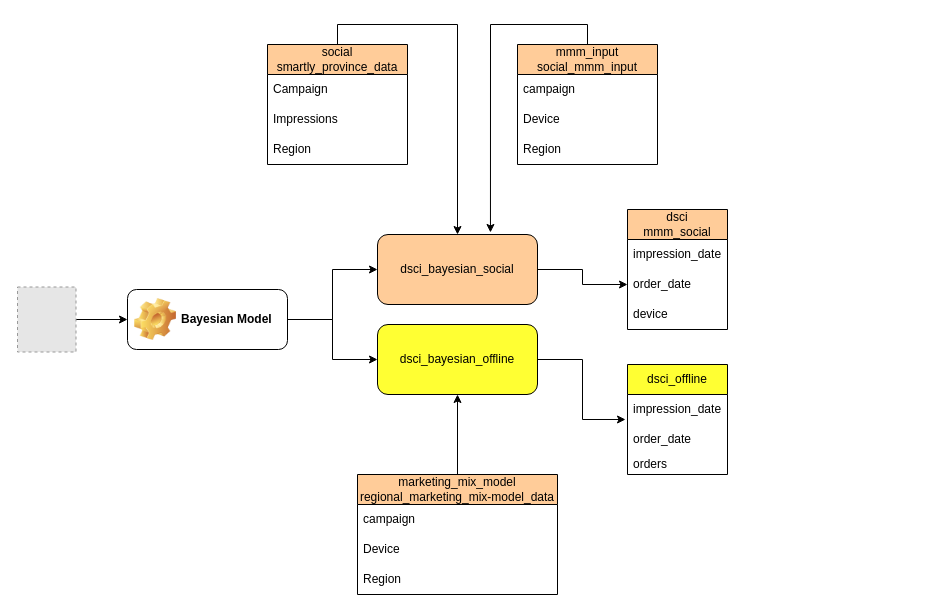
The draw.io diagram page "dsci_attribution_dag (current)" (3 of 8) of mmm/mmm_dag.drawio in aram-koorn/coolblue-diagrams, before the edit. Source tidied: cells renumbered, new cells numbered last; positions are measured from the earlier drawing's top-left corner, leaving out a move shared by most shapes. Both pictures are drawn from the tidied source at 100%, with x=0, y=0 at pixel (17, 44). Pictures stored in the file or linked from it are replaced by grey dashed boxes.
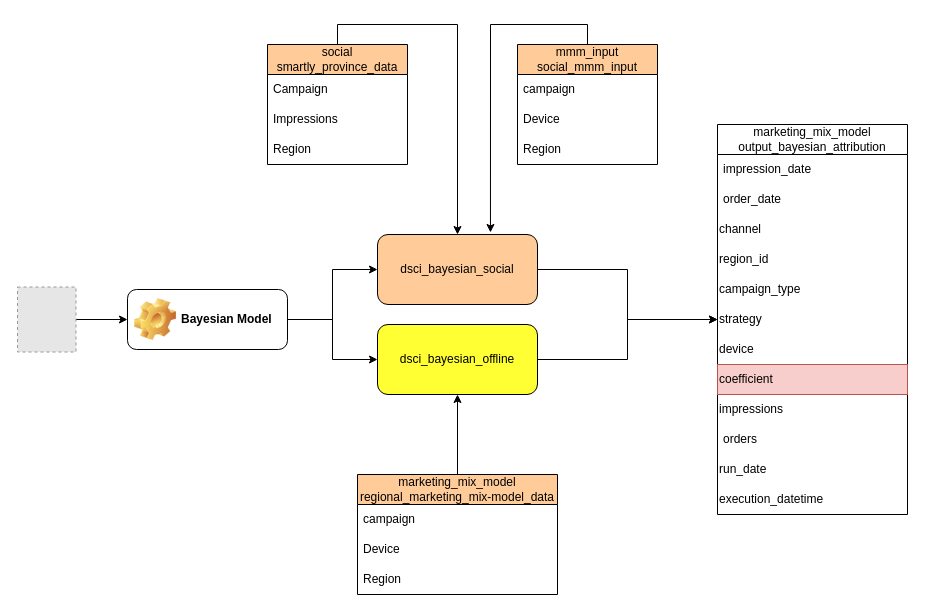
The same page after the edit.

The change refers to these unchanged cells:
```xml
<mxCell id="3" value="dsci_bayesian_social" style="rounded=1;whiteSpace=wrap;html=1;fillColor=#FFCC99;" parent="1" vertex="1">
  <mxGeometry x="360" y="190" width="160" height="70" as="geometry" />
</mxCell>
<mxCell id="12" value="dsci_bayesian_offline" style="rounded=1;whiteSpace=wrap;html=1;fillColor=#FFFF33;" parent="1" vertex="1">
  <mxGeometry x="360" y="280" width="160" height="70" as="geometry" />
</mxCell>
```

Change to the diagram source:
```diff
@@
-    <mxCell id="2" style="edgeStyle=orthogonalEdgeStyle;rounded=0;jettySize=auto;html=1;entryX=0;entryY=0.5;entryDx=0;entryDy=0;" parent="1" edge="1" source="3" target="6">
-      <mxGeometry relative="1" as="geometry" />
-    </mxCell>
+    <mxCell id="34" style="edgeStyle=orthogonalEdgeStyle;rounded=0;jettySize=auto;html=1;exitX=1;exitY=0.5;exitDx=0;exitDy=0;entryX=0;entryY=0.5;entryDx=0;entryDy=0;" parent="1" edge="1" source="3" target="40">
+      <mxGeometry relative="1" as="geometry" />
+    </mxCell>
@@
-    <mxCell id="4" value="dsci&lt;div&gt;mmm_social&lt;/div&gt;" style="swimlane;fontStyle=0;horizontal=1;startSize=30;whiteSpace=wrap;html=1;fillColor=#FFCC99;strokeColor=default;align=center;verticalAlign=middle;fontFamily=Helvetica;fontSize=12;fontColor=default;" parent="1" vertex="1">
-      <mxGeometry x="610" y="165" width="100" height="120" as="geometry" />
-    </mxCell>
-    <mxCell id="5" value="impression_date" style="text;strokeColor=none;fillColor=none;align=left;verticalAlign=middle;spacingLeft=4;spacingRight=4;overflow=hidden;whiteSpace=wrap;html=1;fontFamily=Helvetica;fontSize=12;fontColor=default;fontStyle=0;" parent="4" vertex="1">
-      <mxGeometry y="30" width="100" height="30" as="geometry" />
-    </mxCell>
-    <mxCell id="6" value="order_date" style="text;strokeColor=none;fillColor=none;align=left;verticalAlign=middle;spacingLeft=4;spacingRight=4;overflow=hidden;points=[[0,0.5],[1,0.5]];portConstraint=eastwest;whiteSpace=wrap;html=1;fontFamily=Helvetica;fontSize=12;fontColor=default;fontStyle=0;" parent="4" vertex="1">
-      <mxGeometry y="60" width="100" height="30" as="geometry" />
-    </mxCell>
-    <mxCell id="7" value="device" style="text;strokeColor=none;fillColor=none;align=left;verticalAlign=middle;spacingLeft=4;spacingRight=4;overflow=hidden;whiteSpace=wrap;html=1;fontFamily=Helvetica;fontSize=12;fontColor=default;fontStyle=0;" parent="4" vertex="1">
-      <mxGeometry y="90" width="100" height="30" as="geometry" />
-    </mxCell>
-    <mxCell id="8" value="dsci_offline" style="swimlane;fontStyle=0;horizontal=1;startSize=30;whiteSpace=wrap;html=1;fillColor=#FFFF33;" parent="1" vertex="1">
-      <mxGeometry x="610" y="320" width="100" height="110" as="geometry" />
-    </mxCell>
-    <mxCell id="9" value="impression_date" style="text;strokeColor=none;fillColor=none;align=left;verticalAlign=middle;spacingLeft=4;spacingRight=4;overflow=hidden;points=[[0,0.5],[1,0.5]];portConstraint=eastwest;whiteSpace=wrap;html=1;" parent="8" vertex="1">
-      <mxGeometry y="30" width="100" height="30" as="geometry" />
-    </mxCell>
-    <mxCell id="10" value="order_date" style="text;strokeColor=none;fillColor=none;align=left;verticalAlign=middle;spacingLeft=4;spacingRight=4;overflow=hidden;whiteSpace=wrap;html=1;" parent="8" vertex="1">
-      <mxGeometry y="60" width="100" height="30" as="geometry" />
-    </mxCell>
-    <mxCell id="11" value="orders" style="text;strokeColor=none;fillColor=none;align=left;verticalAlign=middle;spacingLeft=4;spacingRight=4;overflow=hidden;whiteSpace=wrap;html=1;" parent="8" vertex="1">
-      <mxGeometry y="90" width="100" height="20" as="geometry" />
-    </mxCell>
+    <mxCell id="35" style="edgeStyle=orthogonalEdgeStyle;rounded=0;jettySize=auto;html=1;exitX=1;exitY=0.5;exitDx=0;exitDy=0;entryX=0;entryY=0.5;entryDx=0;entryDy=0;" parent="1" edge="1" source="12" target="40">
+      <mxGeometry relative="1" as="geometry" />
+    </mxCell>
@@
-    <mxCell id="13" style="edgeStyle=orthogonalEdgeStyle;rounded=0;jettySize=auto;html=1;exitX=1;exitY=0.5;exitDx=0;exitDy=0;entryX=-0.02;entryY=0.833;entryDx=0;entryDy=0;entryPerimeter=0;" parent="1" edge="1" source="12" target="9">
-      <mxGeometry relative="1" as="geometry" />
-    </mxCell>
@@
+    <mxCell id="36" value="marketing_mix_model&lt;div&gt;output_bayesian_attribution&lt;/div&gt;" style="swimlane;fontStyle=0;horizontal=1;startSize=30;whiteSpace=wrap;html=1;" parent="1" vertex="1">
+      <mxGeometry x="700" y="80" width="190" height="390" as="geometry" />
+    </mxCell>
+    <mxCell id="9" value="impression_date" style="text;strokeColor=none;fillColor=none;align=left;verticalAlign=middle;spacingLeft=4;spacingRight=4;overflow=hidden;points=[[0,0.5],[1,0.5]];portConstraint=eastwest;whiteSpace=wrap;html=1;" parent="36" vertex="1">
+      <mxGeometry y="30" width="190" height="30" as="geometry" />
+    </mxCell>
+    <mxCell id="10" value="order_date" style="text;strokeColor=none;fillColor=none;align=left;verticalAlign=middle;spacingLeft=4;spacingRight=4;overflow=hidden;whiteSpace=wrap;html=1;" parent="36" vertex="1">
+      <mxGeometry y="60" width="190" height="30" as="geometry" />
+    </mxCell>
+    <mxCell id="37" value="channel" style="text;html=1;align=left;verticalAlign=middle;whiteSpace=wrap;rounded=0;" parent="36" vertex="1">
+      <mxGeometry y="90" width="190" height="30" as="geometry" />
+    </mxCell>
+    <mxCell id="38" value="region_id" style="text;html=1;align=left;verticalAlign=middle;whiteSpace=wrap;rounded=0;" parent="36" vertex="1">
+      <mxGeometry y="120" width="190" height="30" as="geometry" />
+    </mxCell>
+    <mxCell id="39" value="campaign_type" style="text;html=1;align=left;verticalAlign=middle;whiteSpace=wrap;rounded=0;" parent="36" vertex="1">
+      <mxGeometry y="150" width="190" height="30" as="geometry" />
+    </mxCell>
+    <mxCell id="40" value="strategy" style="text;html=1;align=left;verticalAlign=middle;whiteSpace=wrap;rounded=0;" parent="36" vertex="1">
+      <mxGeometry y="180" width="190" height="30" as="geometry" />
+    </mxCell>
+    <mxCell id="7" value="device" style="text;html=1;align=left;verticalAlign=middle;whiteSpace=wrap;rounded=0;" parent="36" vertex="1">
+      <mxGeometry y="210" width="190" height="30" as="geometry" />
+    </mxCell>
+    <mxCell id="41" value="coefficient" style="text;html=1;align=left;verticalAlign=middle;whiteSpace=wrap;rounded=0;fillColor=#f8cecc;strokeColor=#b85450;" parent="36" vertex="1">
+      <mxGeometry y="240" width="190" height="30" as="geometry" />
+    </mxCell>
+    <mxCell id="42" value="impressions" style="text;html=1;align=left;verticalAlign=middle;whiteSpace=wrap;rounded=0;" parent="36" vertex="1">
+      <mxGeometry y="270" width="190" height="30" as="geometry" />
+    </mxCell>
+    <mxCell id="11" value="orders" style="text;strokeColor=none;fillColor=none;align=left;verticalAlign=middle;spacingLeft=4;spacingRight=4;overflow=hidden;whiteSpace=wrap;html=1;" parent="36" vertex="1">
+      <mxGeometry y="300" width="190" height="30" as="geometry" />
+    </mxCell>
+    <mxCell id="43" value="run_date" style="text;html=1;align=left;verticalAlign=middle;whiteSpace=wrap;rounded=0;" parent="36" vertex="1">
+      <mxGeometry y="330" width="190" height="30" as="geometry" />
+    </mxCell>
+    <mxCell id="44" value="execution_datetime" style="text;html=1;align=left;verticalAlign=middle;whiteSpace=wrap;rounded=0;" parent="36" vertex="1">
+      <mxGeometry y="360" width="190" height="30" as="geometry" />
+    </mxCell>
```
